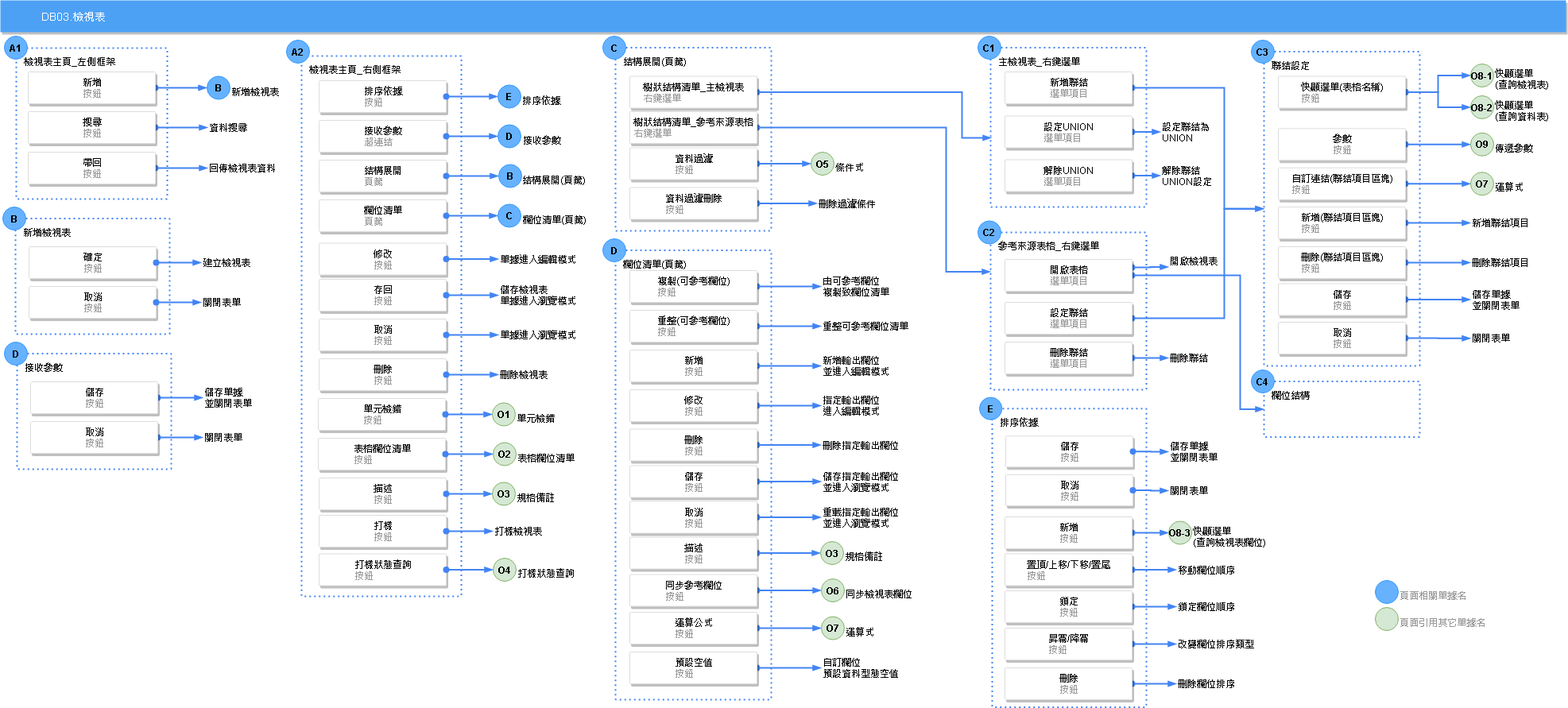
The draw.io diagram 8.10.0/IDE/Specification/Logical/attachment/Diagram_Log_button.png in ArcareRD/sadocs, before a commit. Source tidied: cells renumbered, new cells last; positions are measured from the earlier drawing's top-left corner, leaving out a move shared by most shapes.
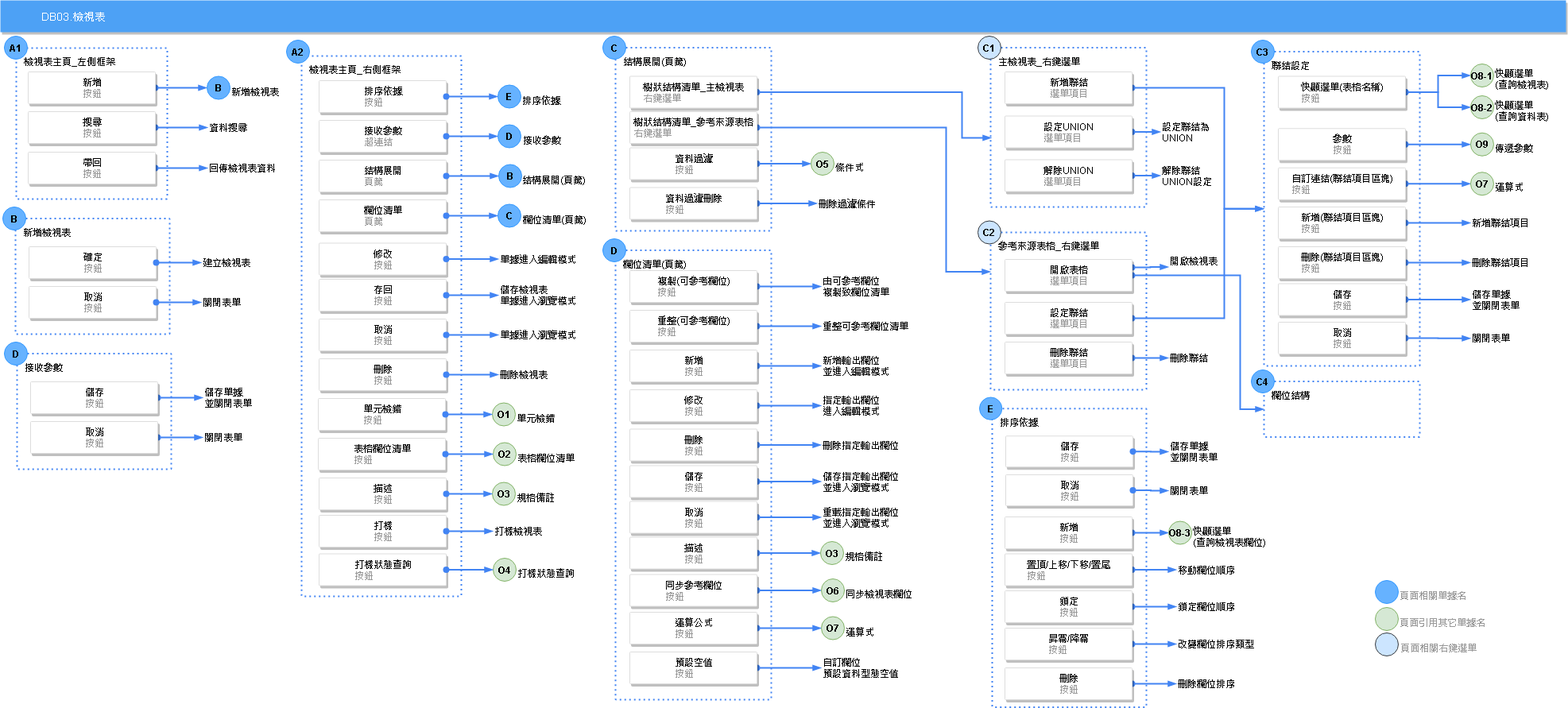
After the commit.

Diff of the diagram source:
```diff
@@ -426,13 +426,13 @@
     <mxCell id="139" value="&lt;span style=&quot;color: rgb(0 , 0 , 0)&quot;&gt;主檢視表_右鍵選單&lt;/span&gt;" style="rounded=1;absoluteArcSize=1;arcSize=2;html=1;strokeColor=#4284F3;gradientColor=none;shadow=0;dashed=1;fontSize=12;fontColor=#9E9E9E;align=left;verticalAlign=top;spacing=10;spacingTop=-4;fillColor=none;dashPattern=1 2;strokeWidth=2;" parent="1" vertex="1">
       <mxGeometry x="1246" y="59.5" width="196" height="200.5" as="geometry" />
     </mxCell>
-    <mxCell id="140" value="&lt;span&gt;C1&lt;/span&gt;" style="ellipse;whiteSpace=wrap;html=1;strokeColor=#3399FF;fillColor=#66B2FF;fontStyle=1;" parent="1" vertex="1">
+    <mxCell id="140" value="&lt;span&gt;C1&lt;/span&gt;" style="ellipse;whiteSpace=wrap;html=1;strokeColor=#36393d;fillColor=#cce5ff;fontStyle=1;" parent="1" vertex="1">
       <mxGeometry x="1230" y="45" width="29" height="29" as="geometry" />
     </mxCell>
     <mxCell id="141" value="&lt;span style=&quot;color: rgb(0 , 0 , 0)&quot;&gt;參考來源表格_右鍵選單&lt;/span&gt;" style="rounded=1;absoluteArcSize=1;arcSize=2;html=1;strokeColor=#4284F3;gradientColor=none;shadow=0;dashed=1;fontSize=12;fontColor=#9E9E9E;align=left;verticalAlign=top;spacing=10;spacingTop=-4;fillColor=none;dashPattern=1 2;strokeWidth=2;" parent="1" vertex="1">
       <mxGeometry x="1246" y="292" width="196" height="198" as="geometry" />
     </mxCell>
-    <mxCell id="142" value="&lt;span&gt;C2&lt;/span&gt;" style="ellipse;whiteSpace=wrap;html=1;strokeColor=#3399FF;fillColor=#66B2FF;fontStyle=1;" parent="1" vertex="1">
+    <mxCell id="142" value="&lt;span&gt;C2&lt;/span&gt;" style="ellipse;whiteSpace=wrap;html=1;strokeColor=#36393d;fillColor=#cce5ff;fontStyle=1;" parent="1" vertex="1">
       <mxGeometry x="1230" y="277.5" width="29" height="29" as="geometry" />
     </mxCell>
     <mxCell id="143" style="edgeStyle=orthogonalEdgeStyle;rounded=0;jettySize=auto;html=1;startArrow=oval;startFill=1;endArrow=blockThin;endFill=1;strokeColor=#4284F3;strokeWidth=2;entryX=0;entryY=0.5;entryDx=0;entryDy=0;" parent="1" edge="1" source="144" target="156">
@@ -714,8 +714,11 @@
     <mxCell id="230" value="刪除欄位排序" style="text;html=1;strokeColor=none;fillColor=none;align=left;verticalAlign=middle;whiteSpace=wrap;rounded=0;" parent="1" vertex="1">
       <mxGeometry x="1480" y="850" width="100" height="20" as="geometry" />
     </mxCell>
+    <mxCell id="238" style="group;" parent="1" vertex="1">
+      <mxGeometry x="1730" y="730" width="140" height="95" as="geometry" />
+    </mxCell>
-    <mxCell id="231" style="group;" parent="1" vertex="1">
-      <mxGeometry x="1730" y="730" width="140" height="59" as="geometry" />
+    <mxCell id="231" style="group;" parent="238" vertex="1">
+      <mxGeometry width="140" height="59" as="geometry" />
     </mxCell>
     <mxCell id="232" style="group;" parent="231" vertex="1">
       <mxGeometry width="119" height="29" as="geometry" />
@@ -735,5 +738,11 @@
     <mxCell id="237" style="ellipse;whiteSpace=wrap;html=1;strokeColor=#82b366;fillColor=#d5e8d4;fontStyle=1;" parent="235" vertex="1">
       <mxGeometry y="4" width="29" height="29" as="geometry" />
     </mxCell>
+    <mxCell id="239" style="ellipse;whiteSpace=wrap;html=1;strokeColor=#36393d;fillColor=#cce5ff;fontStyle=1;" parent="238" vertex="1">
+      <mxGeometry y="66" width="29" height="29" as="geometry" />
+    </mxCell>
+    <mxCell id="240" value="&lt;font color=&quot;#999999&quot;&gt;頁面相關右鍵選單&lt;/font&gt;" style="text;html=1;strokeColor=none;fillColor=none;align=left;verticalAlign=middle;whiteSpace=wrap;rounded=0;" parent="238" vertex="1">
+      <mxGeometry x="30" y="74.5" width="100" height="20" as="geometry" />
+    </mxCell>
   </root>
 </mxGraphModel>
```
